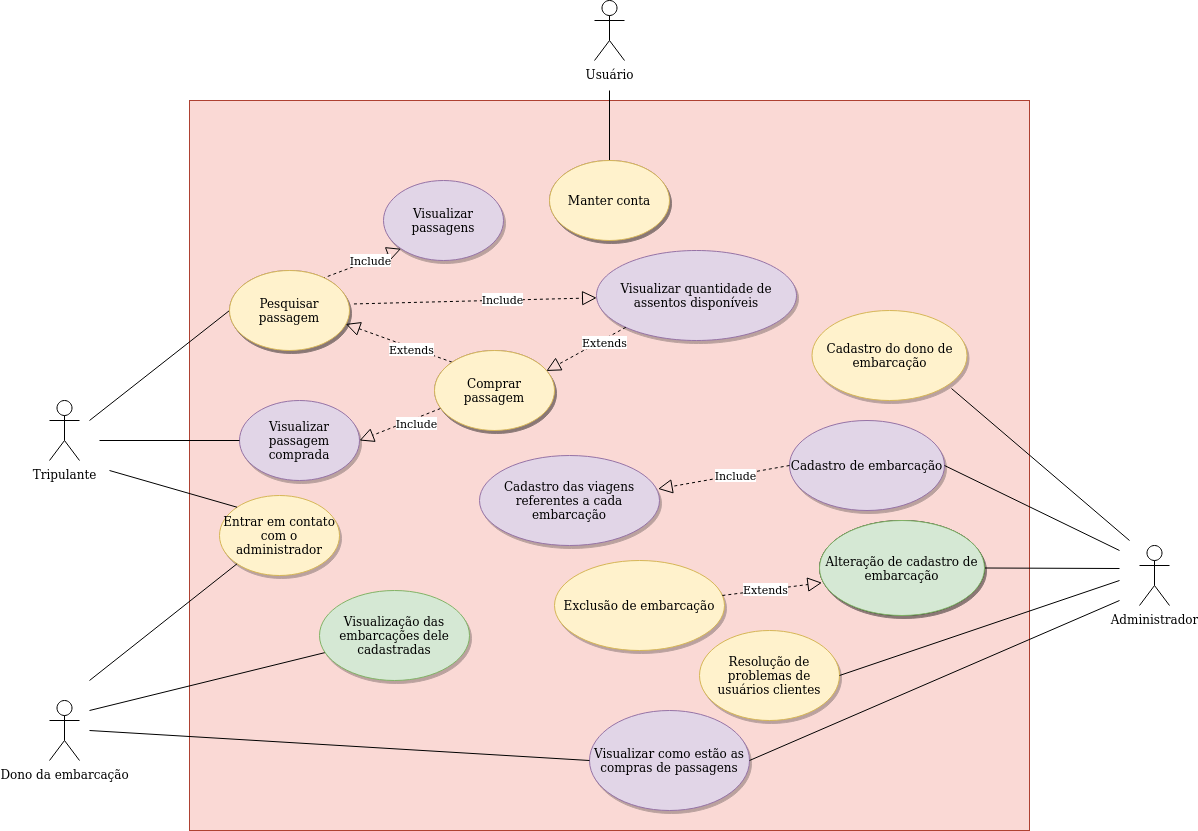
This is docs/diagramas/Diagrama_Casos_de_Uso.png from fga-eps-mds/2020.1-Ziguen, a draw.io export, as it was before one commit. Source tidied: cells renumbered, new cells last; positions are measured from the earlier drawing's top-left corner, leaving out a move shared by most shapes.
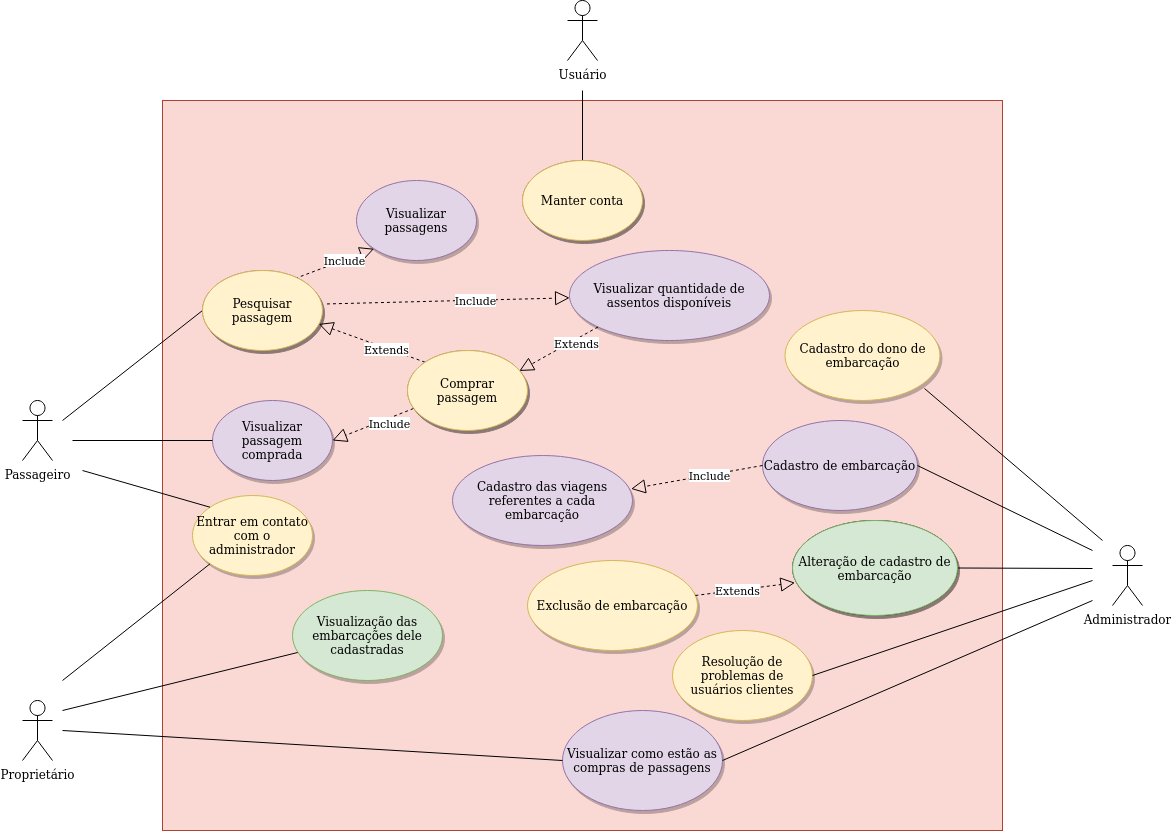
The same file after the commit.

Commit message:
docs(#62): Changed users names in Case uses diagram

Change to the diagram source:
```diff
@@ -5,10 +5,10 @@
     <mxCell id="2" style="rounded=0;whiteSpace=wrap;html=1;fillColor=#fad9d5;strokeColor=#ae4132;" parent="1" vertex="1">
       <mxGeometry x="140" y="100" width="840" height="730" as="geometry" />
     </mxCell>
-    <mxCell id="3" value="Dono da embarcação" style="shape=umlActor;verticalLabelPosition=bottom;verticalAlign=top;html=1;" parent="1" vertex="1">
+    <mxCell id="3" value="Proprietário" style="shape=umlActor;verticalLabelPosition=bottom;verticalAlign=top;html=1;" parent="1" vertex="1">
       <mxGeometry y="700" width="30" height="60" as="geometry" />
     </mxCell>
-    <mxCell id="4" value="Tripulante" style="shape=umlActor;verticalLabelPosition=bottom;verticalAlign=top;html=1;" parent="1" vertex="1">
+    <mxCell id="4" value="Passageiro" style="shape=umlActor;verticalLabelPosition=bottom;verticalAlign=top;html=1;" parent="1" vertex="1">
       <mxGeometry y="400" width="30" height="60" as="geometry" />
     </mxCell>
     <mxCell id="5" value="Administrador" style="shape=umlActor;verticalLabelPosition=bottom;verticalAlign=top;html=1;" parent="1" vertex="1">
```
